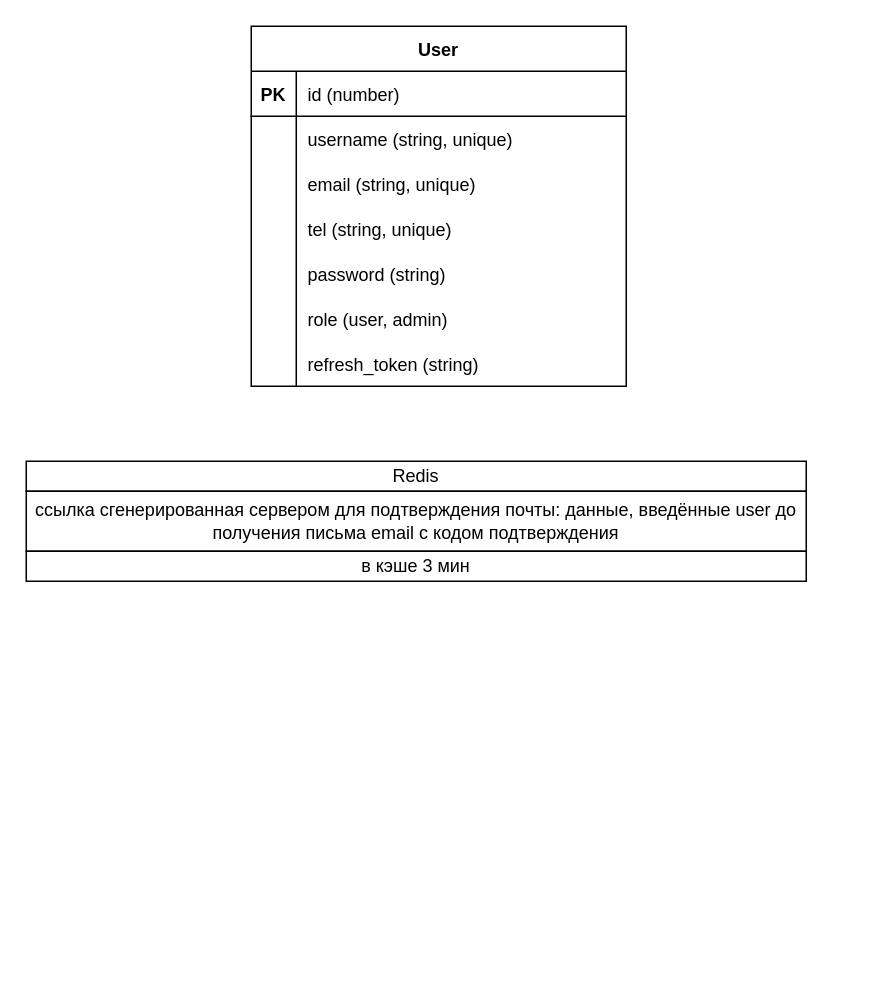
This is docs/auth.drawio from Bondar-Sasha/test-task, a draw.io file, before an edit. Source tidied: cells renumbered, new cells numbered last; positions are measured from the earlier drawing's top-left corner, leaving out a move shared by most shapes. Both pictures are drawn from the tidied source at 150%, with x=0, y=0 at pixel (26, 26).
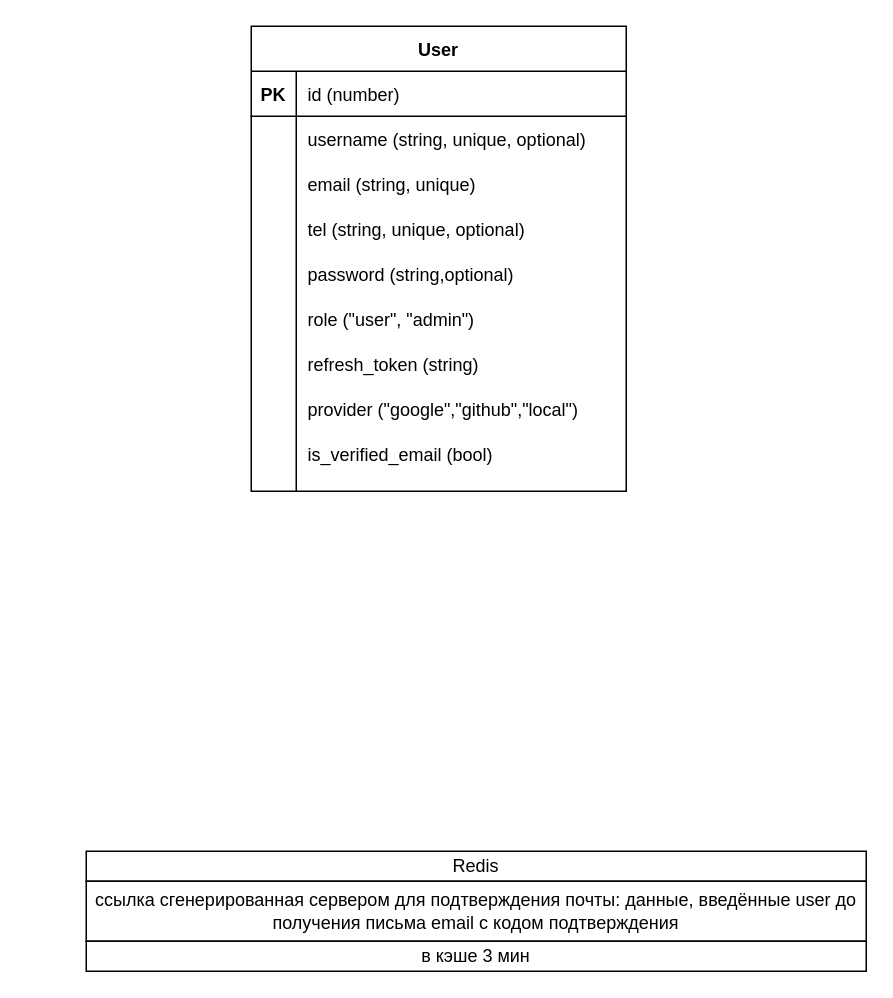
The same diagram, later.

What changed in the source:
```diff
@@
 <mxGraphModel>
   <root>
     <mxCell id="0" />
     <mxCell id="1" parent="0" />
     <mxCell id="2" value="User" style="shape=table;startSize=30;childLayout=tableLayout;rowLines=0;fontStyle=1;align=center;" parent="1" vertex="1">
-      <mxGeometry x="150" width="250" height="240" as="geometry" />
+      <mxGeometry x="150" width="250" height="310" as="geometry" />
     </mxCell>
     <mxCell id="3" style="shape=partialRectangle;fillColor=none;top=0;left=0;right=0;bottom=1;" parent="2" vertex="1">
       <mxGeometry y="30" width="250" height="30" as="geometry" />
     </mxCell>
     <mxCell id="4" value="PK" style="shape=partialRectangle;overflow=hidden;fillColor=none;top=0;left=0;bottom=0;right=0;fontStyle=1;" parent="3" vertex="1">
       <mxGeometry width="30" height="30" as="geometry" />
     </mxCell>
     <mxCell id="5" value="id (number)" style="shape=partialRectangle;overflow=hidden;fillColor=none;top=0;left=0;bottom=0;right=0;align=left;spacingLeft=6;fontStyle=0;" parent="3" vertex="1">
       <mxGeometry x="30" width="220" height="30" as="geometry" />
     </mxCell>
     <mxCell id="6" style="shape=partialRectangle;fillColor=none;top=0;left=0;right=0;bottom=0;" parent="2" vertex="1">
-      <mxGeometry y="60" width="250" height="180" as="geometry" />
+      <mxGeometry y="60" width="250" height="250" as="geometry" />
     </mxCell>
     <mxCell id="7" style="shape=partialRectangle;overflow=hidden;fillColor=none;top=0;left=0;bottom=0;right=0;" parent="6" vertex="1">
-      <mxGeometry width="30" height="180" as="geometry" />
+      <mxGeometry width="30" height="250" as="geometry" />
     </mxCell>
     <mxCell id="8" style="shape=partialRectangle;overflow=hidden;fillColor=none;top=0;left=0;bottom=0;right=0;align=left;spacingLeft=6;" parent="6" vertex="1">
-      <mxGeometry x="30" width="220" height="180" as="geometry" />
+      <mxGeometry x="30" width="220" height="250" as="geometry" />
     </mxCell>
-    <mxCell id="9" value="username (string, unique)" style="shape=partialRectangle;overflow=hidden;fillColor=none;top=0;left=0;bottom=0;right=0;align=left;spacingLeft=6;fontStyle=0;" parent="1" vertex="1">
+    <mxCell id="9" value="username (string, unique, optional)" style="shape=partialRectangle;overflow=hidden;fillColor=none;top=0;left=0;bottom=0;right=0;align=left;spacingLeft=6;fontStyle=0;" parent="1" vertex="1">
       <mxGeometry x="180" y="60" width="220" height="30" as="geometry" />
     </mxCell>
     <mxCell id="10" value="email (string, unique)" style="shape=partialRectangle;overflow=hidden;fillColor=none;top=0;left=0;bottom=0;right=0;align=left;spacingLeft=6;fontStyle=0;" parent="1" vertex="1">
       <mxGeometry x="180" y="90" width="220" height="30" as="geometry" />
     </mxCell>
-    <mxCell id="11" value="tel (string, unique)" style="shape=partialRectangle;overflow=hidden;fillColor=none;top=0;left=0;bottom=0;right=0;align=left;spacingLeft=6;fontStyle=0;" parent="1" vertex="1">
+    <mxCell id="11" value="tel (string, unique, optional)" style="shape=partialRectangle;overflow=hidden;fillColor=none;top=0;left=0;bottom=0;right=0;align=left;spacingLeft=6;fontStyle=0;" parent="1" vertex="1">
       <mxGeometry x="180" y="120" width="220" height="30" as="geometry" />
     </mxCell>
-    <mxCell id="12" value="password (string)" style="shape=partialRectangle;overflow=hidden;fillColor=none;top=0;left=0;bottom=0;right=0;align=left;spacingLeft=6;fontStyle=0;" parent="1" vertex="1">
+    <mxCell id="12" value="password (string,optional)" style="shape=partialRectangle;overflow=hidden;fillColor=none;top=0;left=0;bottom=0;right=0;align=left;spacingLeft=6;fontStyle=0;" parent="1" vertex="1">
       <mxGeometry x="180" y="150" width="220" height="30" as="geometry" />
     </mxCell>
-    <mxCell id="13" value="role (user, admin)" style="shape=partialRectangle;overflow=hidden;fillColor=none;top=0;left=0;bottom=0;right=0;align=left;spacingLeft=6;fontStyle=0;" parent="1" vertex="1">
+    <mxCell id="13" value="role (&quot;user&quot;, &quot;admin&quot;)" style="shape=partialRectangle;overflow=hidden;fillColor=none;top=0;left=0;bottom=0;right=0;align=left;spacingLeft=6;fontStyle=0;" parent="1" vertex="1">
       <mxGeometry x="180" y="180" width="220" height="30" as="geometry" />
     </mxCell>
     <mxCell id="14" value="refresh_token (string)" style="shape=partialRectangle;overflow=hidden;fillColor=none;top=0;left=0;bottom=0;right=0;align=left;spacingLeft=6;fontStyle=0;" parent="1" vertex="1">
       <mxGeometry x="180" y="210" width="220" height="30" as="geometry" />
     </mxCell>
     <mxCell id="15" value="Redis" style="rounded=0;whiteSpace=wrap;html=1;" parent="1" vertex="1">
-      <mxGeometry y="290" width="520" height="20" as="geometry" />
+      <mxGeometry x="40" y="550" width="520" height="20" as="geometry" />
     </mxCell>
     <mxCell id="16" value="ссылка сгенерированная сервером для подтверждения почты: данные, введённые user до получения письма email с кодом подтверждения" style="rounded=0;whiteSpace=wrap;html=1;" parent="1" vertex="1">
-      <mxGeometry y="310" width="520" height="40" as="geometry" />
+      <mxGeometry x="40" y="570" width="520" height="40" as="geometry" />
     </mxCell>
     <mxCell id="17" value="в кэше 3 мин" style="rounded=0;whiteSpace=wrap;html=1;" parent="1" vertex="1">
-      <mxGeometry y="350" width="520" height="20" as="geometry" />
+      <mxGeometry x="40" y="610" width="520" height="20" as="geometry" />
     </mxCell>
+    <mxCell id="18" value="provider (&quot;google&quot;,&quot;github&quot;,&quot;local&quot;)" style="shape=partialRectangle;overflow=hidden;fillColor=none;top=0;left=0;bottom=0;right=0;align=left;spacingLeft=6;fontStyle=0;" parent="1" vertex="1">
+      <mxGeometry x="180" y="240" width="220" height="30" as="geometry" />
+    </mxCell>
+    <mxCell id="19" value="is_verified_email (bool)" style="shape=partialRectangle;overflow=hidden;fillColor=none;top=0;left=0;bottom=0;right=0;align=left;spacingLeft=6;fontStyle=0;" parent="1" vertex="1">
+      <mxGeometry x="180" y="270" width="220" height="30" as="geometry" />
+    </mxCell>
   </root>
 </mxGraphModel>
```
